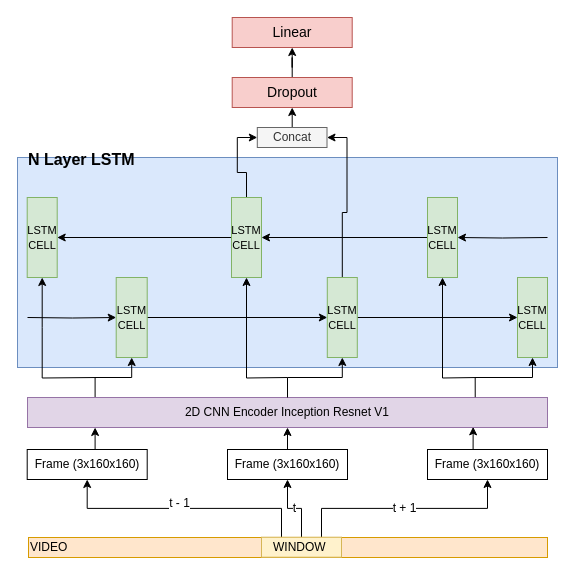
Megatvini/DeepFaceForgeryDetection keeps this draw.io diagram as CNN_LSTM.drawio. Above is the earlier version. Source tidied: cells renumbered, new cells numbered last; positions are measured from the earlier drawing's top-left corner, leaving out a move shared by most shapes. Both pictures are drawn from the tidied source at 100%, with x=0, y=0 at pixel (17, -3).
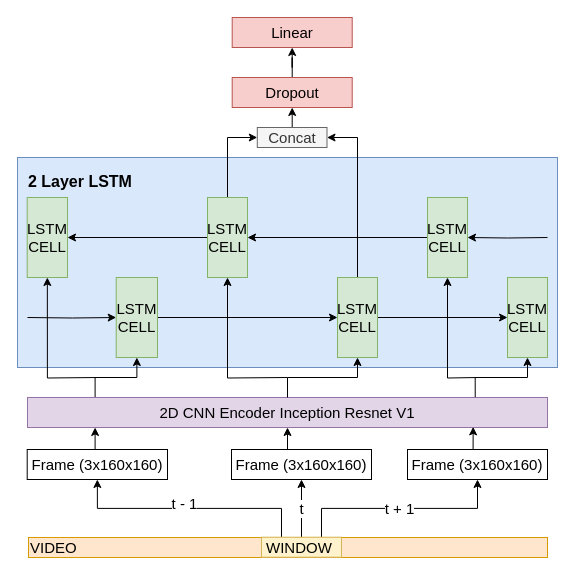
The same page after the edit.

The change refers to these unchanged cells:
```xml
<mxCell id="17" style="edgeStyle=orthogonalEdgeStyle;rounded=0;jettySize=auto;html=1;exitX=0.25;exitY=0;exitDx=0;exitDy=0;entryX=0.5;entryY=1;entryDx=0;entryDy=0;fontSize=12;" parent="1" edge="1" source="21" target="6">
  <mxGeometry relative="1" as="geometry" />
</mxCell>
```

What changed in the source:
```diff
@@
-    <mxCell id="2" value="&lt;h1&gt;&lt;b style=&quot;font-size: 12px&quot;&gt;&lt;font style=&quot;font-size: 16px&quot;&gt;&amp;nbsp; N Layer LSTM&lt;/font&gt;&lt;/b&gt;&lt;br&gt;&lt;/h1&gt;&lt;div&gt;&lt;b style=&quot;font-size: 12px&quot;&gt;&lt;font style=&quot;font-size: 16px&quot;&gt;&lt;br&gt;&lt;/font&gt;&lt;/b&gt;&lt;/div&gt;&lt;div&gt;&lt;b style=&quot;font-size: 12px&quot;&gt;&lt;font style=&quot;font-size: 16px&quot;&gt;&lt;br&gt;&lt;/font&gt;&lt;/b&gt;&lt;/div&gt;&lt;div&gt;&lt;b style=&quot;font-size: 12px&quot;&gt;&lt;font style=&quot;font-size: 16px&quot;&gt;&lt;br&gt;&lt;/font&gt;&lt;/b&gt;&lt;/div&gt;&lt;div&gt;&lt;b style=&quot;font-size: 12px&quot;&gt;&lt;font style=&quot;font-size: 16px&quot;&gt;&lt;br&gt;&lt;/font&gt;&lt;/b&gt;&lt;/div&gt;&lt;div&gt;&lt;b style=&quot;font-size: 12px&quot;&gt;&lt;font style=&quot;font-size: 16px&quot;&gt;&lt;br&gt;&lt;/font&gt;&lt;/b&gt;&lt;/div&gt;&lt;div&gt;&lt;b style=&quot;font-size: 12px&quot;&gt;&lt;font style=&quot;font-size: 16px&quot;&gt;&lt;br&gt;&lt;/font&gt;&lt;/b&gt;&lt;/div&gt;&lt;div&gt;&lt;b style=&quot;font-size: 12px&quot;&gt;&lt;font style=&quot;font-size: 16px&quot;&gt;&lt;br&gt;&lt;/font&gt;&lt;/b&gt;&lt;/div&gt;&lt;div&gt;&lt;b style=&quot;font-size: 12px&quot;&gt;&lt;font style=&quot;font-size: 16px&quot;&gt;&lt;br&gt;&lt;/font&gt;&lt;/b&gt;&lt;/div&gt;&lt;div&gt;&lt;b style=&quot;font-size: 12px&quot;&gt;&lt;font style=&quot;font-size: 16px&quot;&gt;&lt;br&gt;&lt;/font&gt;&lt;/b&gt;&lt;/div&gt;&lt;div&gt;&lt;b style=&quot;font-size: 12px&quot;&gt;&lt;font style=&quot;font-size: 16px&quot;&gt;&lt;br&gt;&lt;/font&gt;&lt;/b&gt;&lt;/div&gt;&lt;div&gt;&lt;b style=&quot;font-size: 12px&quot;&gt;&lt;font style=&quot;font-size: 16px&quot;&gt;&lt;br&gt;&lt;/font&gt;&lt;/b&gt;&lt;/div&gt;" style="rounded=0;whiteSpace=wrap;html=1;fontSize=12;fillColor=#dae8fc;strokeColor=#6c8ebf;align=left;" parent="1" vertex="1">
+    <mxCell id="2" value="&lt;h1&gt;&lt;b style=&quot;font-size: 12px&quot;&gt;&lt;font style=&quot;font-size: 16px&quot;&gt;&lt;br&gt;&lt;/font&gt;&lt;/b&gt;&lt;/h1&gt;&lt;h1&gt;&lt;b style=&quot;font-size: 12px&quot;&gt;&lt;font style=&quot;font-size: 16px&quot;&gt;&amp;nbsp; 2 Layer LSTM&lt;/font&gt;&lt;/b&gt;&lt;br&gt;&lt;/h1&gt;&lt;div&gt;&lt;b style=&quot;font-size: 12px&quot;&gt;&lt;font style=&quot;font-size: 16px&quot;&gt;&lt;br&gt;&lt;/font&gt;&lt;/b&gt;&lt;/div&gt;&lt;div&gt;&lt;b style=&quot;font-size: 12px&quot;&gt;&lt;font style=&quot;font-size: 16px&quot;&gt;&lt;br&gt;&lt;/font&gt;&lt;/b&gt;&lt;/div&gt;&lt;div&gt;&lt;b style=&quot;font-size: 12px&quot;&gt;&lt;font style=&quot;font-size: 16px&quot;&gt;&lt;br&gt;&lt;/font&gt;&lt;/b&gt;&lt;/div&gt;&lt;div&gt;&lt;b style=&quot;font-size: 12px&quot;&gt;&lt;font style=&quot;font-size: 16px&quot;&gt;&lt;br&gt;&lt;/font&gt;&lt;/b&gt;&lt;/div&gt;&lt;div&gt;&lt;b style=&quot;font-size: 12px&quot;&gt;&lt;font style=&quot;font-size: 16px&quot;&gt;&lt;br&gt;&lt;/font&gt;&lt;/b&gt;&lt;/div&gt;&lt;div&gt;&lt;b style=&quot;font-size: 12px&quot;&gt;&lt;font style=&quot;font-size: 16px&quot;&gt;&lt;br&gt;&lt;/font&gt;&lt;/b&gt;&lt;/div&gt;&lt;div&gt;&lt;b style=&quot;font-size: 12px&quot;&gt;&lt;font style=&quot;font-size: 16px&quot;&gt;&lt;br&gt;&lt;/font&gt;&lt;/b&gt;&lt;/div&gt;&lt;div&gt;&lt;b style=&quot;font-size: 12px&quot;&gt;&lt;font style=&quot;font-size: 16px&quot;&gt;&lt;br&gt;&lt;/font&gt;&lt;/b&gt;&lt;/div&gt;&lt;div&gt;&lt;b style=&quot;font-size: 12px&quot;&gt;&lt;font style=&quot;font-size: 16px&quot;&gt;&lt;br&gt;&lt;/font&gt;&lt;/b&gt;&lt;/div&gt;&lt;div&gt;&lt;b style=&quot;font-size: 12px&quot;&gt;&lt;font style=&quot;font-size: 16px&quot;&gt;&lt;br&gt;&lt;/font&gt;&lt;/b&gt;&lt;/div&gt;&lt;div&gt;&lt;b style=&quot;font-size: 12px&quot;&gt;&lt;font style=&quot;font-size: 16px&quot;&gt;&lt;br&gt;&lt;/font&gt;&lt;/b&gt;&lt;/div&gt;" style="rounded=0;whiteSpace=wrap;html=1;fontSize=12;fillColor=#dae8fc;strokeColor=#6c8ebf;align=left;" parent="1" vertex="1">
       <mxGeometry y="160" width="540" height="210" as="geometry" />
     </mxCell>
@@
-    <mxCell id="4" value="2D CNN Encoder Inception Resnet V1" style="rounded=0;whiteSpace=wrap;html=1;fillColor=#e1d5e7;strokeColor=#9673a6;imageAspect=1;" parent="1" vertex="1">
+    <mxCell id="4" value="2D CNN Encoder Inception Resnet V1" style="rounded=0;whiteSpace=wrap;html=1;fillColor=#e1d5e7;strokeColor=#9673a6;imageAspect=1;fontSize=15;" parent="1" vertex="1">
       <mxGeometry x="10" y="400" width="520" height="30" as="geometry" />
     </mxCell>
@@
-    <mxCell id="6" value="Frame (3x160x160)" style="rounded=0;whiteSpace=wrap;html=1;" parent="1" vertex="1">
-      <mxGeometry x="9.7" y="452" width="120" height="30" as="geometry" />
+    <mxCell id="6" value="Frame (3x160x160)" style="rounded=0;whiteSpace=wrap;html=1;fontSize=15;" parent="1" vertex="1">
+      <mxGeometry x="9.7" y="452" width="140.3" height="30" as="geometry" />
     </mxCell>
@@
-    <mxCell id="9" value="Frame (3x160x160)" style="rounded=0;whiteSpace=wrap;html=1;" parent="1" vertex="1">
-      <mxGeometry x="210" y="452" width="120" height="30" as="geometry" />
+    <mxCell id="9" value="Frame (3x160x160)" style="rounded=0;whiteSpace=wrap;html=1;fontSize=15;" parent="1" vertex="1">
+      <mxGeometry x="214" y="452" width="140" height="30" as="geometry" />
     </mxCell>
@@
-    <mxCell id="12" value="Frame (3x160x160)" style="rounded=0;whiteSpace=wrap;html=1;" parent="1" vertex="1">
-      <mxGeometry x="410" y="452" width="120" height="30" as="geometry" />
+    <mxCell id="12" value="Frame (3x160x160)" style="rounded=0;whiteSpace=wrap;html=1;fontSize=15;" parent="1" vertex="1">
+      <mxGeometry x="390" y="452" width="140" height="30" as="geometry" />
     </mxCell>
@@
-    <mxCell id="16" value="VIDEO" style="rounded=0;whiteSpace=wrap;html=1;fontSize=12;align=left;fillColor=#ffe6cc;strokeColor=#d79b00;" parent="1" vertex="1">
+    <mxCell id="16" value="VIDEO" style="rounded=0;whiteSpace=wrap;html=1;fontSize=15;align=left;fillColor=#ffe6cc;strokeColor=#d79b00;" parent="1" vertex="1">
       <mxGeometry x="11" y="540" width="519" height="20" as="geometry" />
     </mxCell>
@@
-    <mxCell id="18" value="t - 1" style="text;html=1;align=center;verticalAlign=middle;labelBackgroundColor=#ffffff;fontSize=12;" parent="17" vertex="1">
+    <mxCell id="18" value="t - 1" style="text;html=1;align=center;verticalAlign=middle;labelBackgroundColor=#ffffff;fontSize=15;" parent="17" vertex="1">
       <mxGeometry x="0.04" y="-5" relative="1" as="geometry" />
     </mxCell>
-    <mxCell id="19" value="t" style="edgeStyle=orthogonalEdgeStyle;rounded=0;jettySize=auto;html=1;exitX=0.5;exitY=0;exitDx=0;exitDy=0;entryX=0.5;entryY=1;entryDx=0;entryDy=0;fontSize=12;" parent="1" edge="1" source="21" target="9">
+    <mxCell id="19" value="t" style="edgeStyle=orthogonalEdgeStyle;rounded=0;jettySize=auto;html=1;exitX=0.5;exitY=0;exitDx=0;exitDy=0;entryX=0.5;entryY=1;entryDx=0;entryDy=0;fontSize=15;" parent="1" edge="1" source="21" target="9">
       <mxGeometry relative="1" as="geometry" />
     </mxCell>
-    <mxCell id="20" value="t + 1" style="edgeStyle=orthogonalEdgeStyle;rounded=0;jettySize=auto;html=1;exitX=0.75;exitY=0;exitDx=0;exitDy=0;entryX=0.5;entryY=1;entryDx=0;entryDy=0;fontSize=12;" parent="1" edge="1" source="21" target="12">
+    <mxCell id="20" value="t + 1" style="edgeStyle=orthogonalEdgeStyle;rounded=0;jettySize=auto;html=1;exitX=0.75;exitY=0;exitDx=0;exitDy=0;entryX=0.5;entryY=1;entryDx=0;entryDy=0;fontSize=15;" parent="1" edge="1" source="21" target="12">
       <mxGeometry relative="1" as="geometry" />
     </mxCell>
-    <mxCell id="21" value="WINDOW&amp;nbsp;" style="rounded=0;whiteSpace=wrap;html=1;fontSize=12;fillColor=#fff2cc;strokeColor=#d6b656;" parent="1" vertex="1">
+    <mxCell id="21" value="WINDOW&amp;nbsp;" style="rounded=0;whiteSpace=wrap;html=1;fontSize=15;fillColor=#fff2cc;strokeColor=#d6b656;" parent="1" vertex="1">
       <mxGeometry x="244" y="539.7" width="80" height="20" as="geometry" />
     </mxCell>
@@
-    <mxCell id="23" value="&lt;font style=&quot;font-size: 11px&quot;&gt;LSTM&lt;/font&gt;&lt;br&gt;&lt;font style=&quot;font-size: 11px&quot;&gt;CELL&lt;/font&gt;" style="rounded=0;whiteSpace=wrap;html=1;fillColor=#d5e8d4;strokeColor=#82b366;" parent="1" vertex="1">
-      <mxGeometry x="98.7" y="280" width="31" height="80" as="geometry" />
+    <mxCell id="23" value="&lt;font style=&quot;font-size: 15px;&quot;&gt;LSTM&lt;/font&gt;&lt;br style=&quot;font-size: 15px;&quot;&gt;&lt;font style=&quot;font-size: 15px;&quot;&gt;CELL&lt;/font&gt;" style="rounded=0;whiteSpace=wrap;html=1;fillColor=#d5e8d4;strokeColor=#82b366;fontSize=15;" parent="1" vertex="1">
+      <mxGeometry x="98.7" y="280" width="41.3" height="80" as="geometry" />
     </mxCell>
@@
-    <mxCell id="25" value="&lt;font style=&quot;white-space: normal ; font-size: 11px&quot;&gt;LSTM&lt;/font&gt;&lt;br style=&quot;white-space: normal&quot;&gt;&lt;font style=&quot;white-space: normal ; font-size: 11px&quot;&gt;CELL&lt;/font&gt;" style="rounded=0;whiteSpace=wrap;html=1;fillColor=#d5e8d4;strokeColor=#82b366;" parent="1" vertex="1">
-      <mxGeometry x="500" y="280" width="30" height="80" as="geometry" />
+    <mxCell id="25" value="&lt;font style=&quot;white-space: normal; font-size: 15px;&quot;&gt;LSTM&lt;/font&gt;&lt;br style=&quot;white-space: normal; font-size: 15px;&quot;&gt;&lt;font style=&quot;white-space: normal; font-size: 15px;&quot;&gt;CELL&lt;/font&gt;" style="rounded=0;whiteSpace=wrap;html=1;fillColor=#d5e8d4;strokeColor=#82b366;fontSize=15;" parent="1" vertex="1">
+      <mxGeometry x="490" y="280" width="40" height="80" as="geometry" />
     </mxCell>
-    <mxCell id="26" value="&lt;font style=&quot;white-space: normal ; font-size: 11px&quot;&gt;LSTM&lt;/font&gt;&lt;br style=&quot;white-space: normal&quot;&gt;&lt;font style=&quot;white-space: normal ; font-size: 11px&quot;&gt;CELL&lt;/font&gt;" style="rounded=0;whiteSpace=wrap;html=1;fillColor=#d5e8d4;strokeColor=#82b366;" parent="1" vertex="1">
-      <mxGeometry x="9.7" y="200" width="30" height="80" as="geometry" />
+    <mxCell id="26" value="&lt;font style=&quot;white-space: normal; font-size: 15px;&quot;&gt;LSTM&lt;/font&gt;&lt;br style=&quot;white-space: normal; font-size: 15px;&quot;&gt;&lt;font style=&quot;white-space: normal; font-size: 15px;&quot;&gt;CELL&lt;/font&gt;" style="rounded=0;whiteSpace=wrap;html=1;fillColor=#d5e8d4;strokeColor=#82b366;fontSize=15;" parent="1" vertex="1">
+      <mxGeometry x="9.7" y="200" width="40.3" height="80" as="geometry" />
     </mxCell>
@@
-    <mxCell id="28" style="edgeStyle=orthogonalEdgeStyle;rounded=0;jettySize=auto;html=1;exitX=0.5;exitY=0;exitDx=0;exitDy=0;entryX=0;entryY=0.5;entryDx=0;entryDy=0;" parent="1" edge="1" source="29" target="33">
+    <mxCell id="28" style="edgeStyle=orthogonalEdgeStyle;rounded=0;jettySize=auto;html=1;exitX=0.5;exitY=0;exitDx=0;exitDy=0;entryX=0;entryY=0.5;entryDx=0;entryDy=0;labelBorderColor=none;spacing=2;perimeterSpacing=5;" parent="1" edge="1" source="29" target="33">
       <mxGeometry relative="1" as="geometry" />
     </mxCell>
-    <mxCell id="29" value="&lt;font style=&quot;white-space: normal ; font-size: 11px&quot;&gt;LSTM&lt;/font&gt;&lt;br style=&quot;white-space: normal&quot;&gt;&lt;font style=&quot;white-space: normal ; font-size: 11px&quot;&gt;CELL&lt;/font&gt;" style="rounded=0;whiteSpace=wrap;html=1;fillColor=#d5e8d4;strokeColor=#82b366;" parent="1" vertex="1">
-      <mxGeometry x="214" y="200" width="30" height="80" as="geometry" />
+    <mxCell id="29" value="&lt;font style=&quot;white-space: normal; font-size: 15px;&quot;&gt;LSTM&lt;/font&gt;&lt;br style=&quot;white-space: normal; font-size: 15px;&quot;&gt;&lt;font style=&quot;white-space: normal; font-size: 15px;&quot;&gt;CELL&lt;/font&gt;" style="rounded=0;whiteSpace=wrap;html=1;fillColor=#d5e8d4;strokeColor=#82b366;fontSize=15;" parent="1" vertex="1">
+      <mxGeometry x="190" y="200" width="40" height="80" as="geometry" />
     </mxCell>
@@
-    <mxCell id="31" value="&lt;font style=&quot;white-space: normal ; font-size: 11px&quot;&gt;LSTM&lt;/font&gt;&lt;br style=&quot;white-space: normal&quot;&gt;&lt;font style=&quot;white-space: normal ; font-size: 11px&quot;&gt;CELL&lt;/font&gt;" style="rounded=0;whiteSpace=wrap;html=1;fillColor=#d5e8d4;strokeColor=#82b366;" parent="1" vertex="1">
-      <mxGeometry x="410" y="200" width="30" height="80" as="geometry" />
+    <mxCell id="31" value="&lt;font style=&quot;white-space: normal; font-size: 15px;&quot;&gt;LSTM&lt;/font&gt;&lt;br style=&quot;white-space: normal; font-size: 15px;&quot;&gt;&lt;font style=&quot;white-space: normal; font-size: 15px;&quot;&gt;CELL&lt;/font&gt;" style="rounded=0;whiteSpace=wrap;html=1;fillColor=#d5e8d4;strokeColor=#82b366;fontSize=15;" parent="1" vertex="1">
+      <mxGeometry x="410" y="200" width="40" height="80" as="geometry" />
     </mxCell>
@@
-    <mxCell id="33" value="Concat" style="rounded=0;whiteSpace=wrap;html=1;fillColor=#f5f5f5;strokeColor=#666666;fontColor=#333333;" parent="1" vertex="1">
+    <mxCell id="33" value="Concat" style="rounded=0;whiteSpace=wrap;html=1;fillColor=#f5f5f5;strokeColor=#666666;fontColor=#333333;fontSize=15;" parent="1" vertex="1">
       <mxGeometry x="239.8" y="130" width="69.7" height="20" as="geometry" />
     </mxCell>
@@
-    <mxCell id="35" value="&lt;font style=&quot;white-space: normal ; font-size: 11px&quot;&gt;LSTM&lt;/font&gt;&lt;br style=&quot;white-space: normal&quot;&gt;&lt;font style=&quot;white-space: normal ; font-size: 11px&quot;&gt;CELL&lt;/font&gt;" style="rounded=0;whiteSpace=wrap;html=1;fillColor=#d5e8d4;strokeColor=#82b366;" parent="1" vertex="1">
-      <mxGeometry x="309.8" y="280" width="30" height="80" as="geometry" />
+    <mxCell id="35" value="&lt;font style=&quot;white-space: normal; font-size: 15px;&quot;&gt;LSTM&lt;/font&gt;&lt;br style=&quot;white-space: normal; font-size: 15px;&quot;&gt;&lt;font style=&quot;white-space: normal; font-size: 15px;&quot;&gt;CELL&lt;/font&gt;" style="rounded=0;whiteSpace=wrap;html=1;fillColor=#d5e8d4;strokeColor=#82b366;fontSize=15;" parent="1" vertex="1">
+      <mxGeometry x="320" y="280" width="40" height="80" as="geometry" />
     </mxCell>
@@
-    <mxCell id="38" value="Linear" style="rounded=0;whiteSpace=wrap;html=1;fillColor=#f8cecc;strokeColor=#b85450;fontSize=14;" parent="1" vertex="1">
+    <mxCell id="38" value="Linear" style="rounded=0;whiteSpace=wrap;html=1;fillColor=#f8cecc;strokeColor=#b85450;fontSize=15;" parent="1" vertex="1">
       <mxGeometry x="214.7" y="20" width="120" height="30" as="geometry" />
     </mxCell>
@@
-    <mxCell id="40" value="Dropout" style="rounded=0;whiteSpace=wrap;html=1;fillColor=#f8cecc;strokeColor=#b85450;fontSize=14;" parent="1" vertex="1">
+    <mxCell id="40" value="Dropout" style="rounded=0;whiteSpace=wrap;html=1;fillColor=#f8cecc;strokeColor=#b85450;fontSize=15;" parent="1" vertex="1">
       <mxGeometry x="214.7" y="80" width="120" height="30" as="geometry" />
     </mxCell>
```
